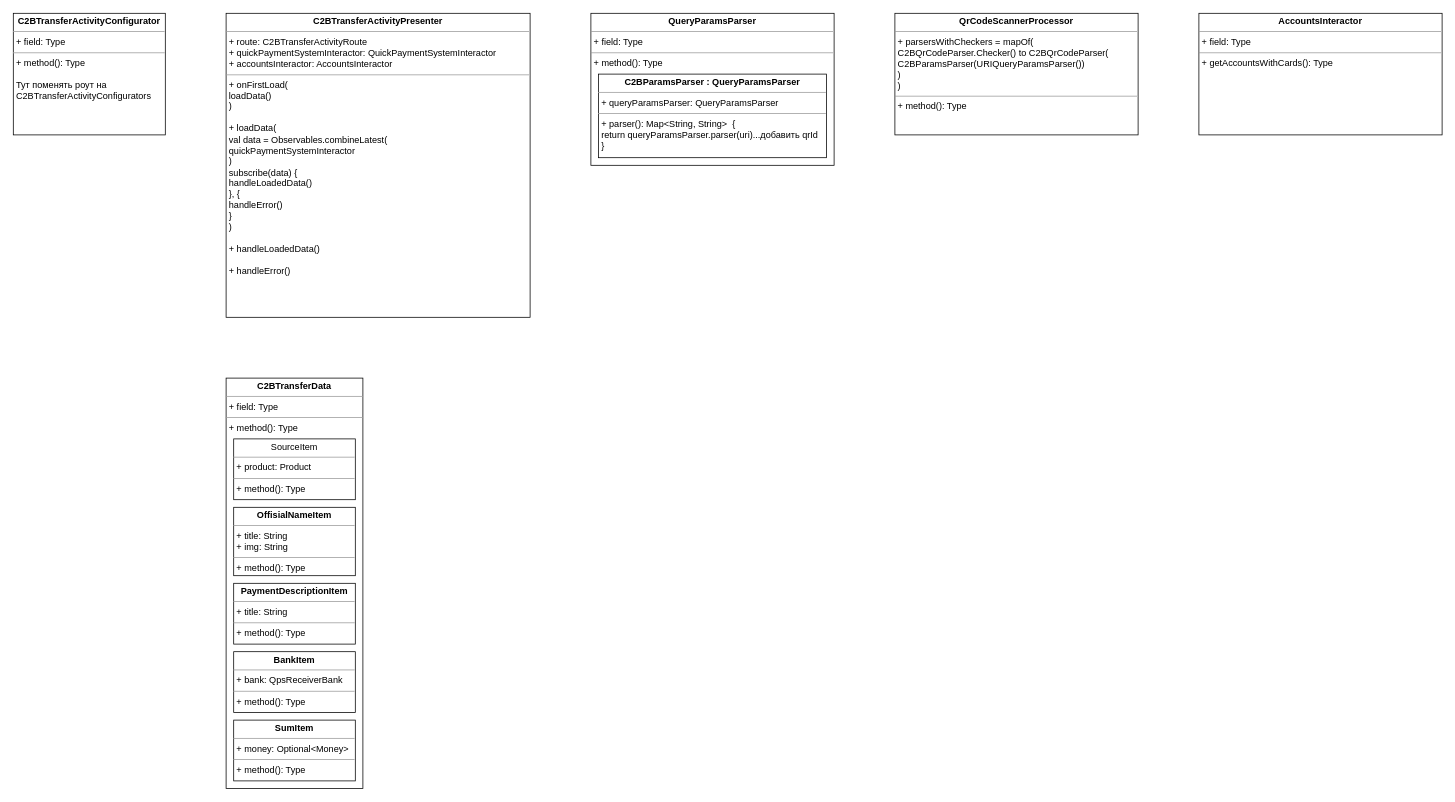
Before: UNI-14927.drawio in ShiryaevNikolay/diagrams, a draw.io diagram. Source tidied: cells renumbered, new cells numbered last; positions are measured from the earlier drawing's top-left corner, leaving out a move shared by most shapes. Both pictures are drawn from the tidied source at 76%, with x=0, y=0 at pixel (13, 13).
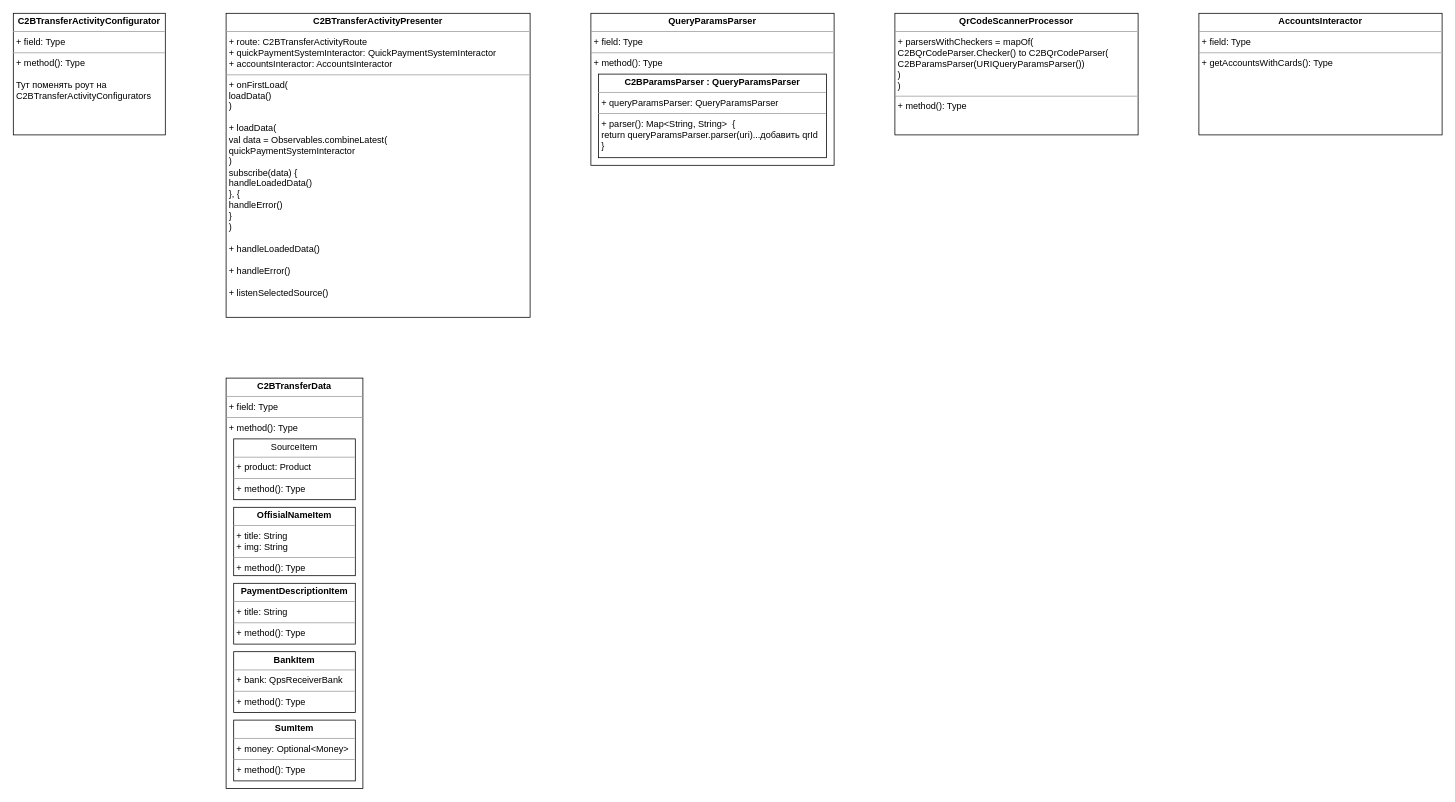
After the change.

Diff of the diagram source:
```diff
@@
 <mxGraphModel>
   <root>
     <mxCell id="0" />
     <mxCell id="1" parent="0" />
-    <mxCell id="2" value="&lt;p style=&quot;margin: 0px ; margin-top: 4px ; text-align: center&quot;&gt;&lt;b&gt;C2BTransferActivityPresenter&lt;/b&gt;&lt;/p&gt;&lt;hr size=&quot;1&quot;&gt;&lt;p style=&quot;margin: 0px ; margin-left: 4px&quot;&gt;+ route: C2BTransferActivityRoute&lt;/p&gt;&lt;p style=&quot;margin: 0px ; margin-left: 4px&quot;&gt;+ quickPaymentSystemInteractor: QuickPaymentSystemInteractor&lt;/p&gt;&lt;p style=&quot;margin: 0px ; margin-left: 4px&quot;&gt;+ accountsInteractor: AccountsInteractor&lt;br&gt;&lt;/p&gt;&lt;hr size=&quot;1&quot;&gt;&lt;p style=&quot;margin: 0px ; margin-left: 4px&quot;&gt;+ onFirstLoad(&lt;/p&gt;&lt;p style=&quot;margin: 0px ; margin-left: 4px&quot;&gt;loadData()&lt;br&gt;&lt;/p&gt;&lt;p style=&quot;margin: 0px ; margin-left: 4px&quot;&gt;)&lt;/p&gt;&lt;p style=&quot;margin: 0px ; margin-left: 4px&quot;&gt;&lt;br&gt;&lt;/p&gt;&lt;p style=&quot;margin: 0px ; margin-left: 4px&quot;&gt;+ loadData(&lt;/p&gt;&lt;p style=&quot;margin: 0px ; margin-left: 4px&quot;&gt;val data = Observables.combineLatest(&lt;/p&gt;&lt;p style=&quot;margin: 0px ; margin-left: 4px&quot;&gt;quickPaymentSystemInteractor&lt;br&gt;&lt;/p&gt;&lt;p style=&quot;margin: 0px ; margin-left: 4px&quot;&gt;)&lt;br&gt;&lt;/p&gt;&lt;p style=&quot;margin: 0px ; margin-left: 4px&quot;&gt;subscribe(data) {&lt;/p&gt;&lt;p style=&quot;margin: 0px ; margin-left: 4px&quot;&gt;&lt;span&gt; &lt;/span&gt;handleLoadedData()&lt;br&gt;&lt;/p&gt;&lt;p style=&quot;margin: 0px ; margin-left: 4px&quot;&gt;}, {&lt;/p&gt;&lt;p style=&quot;margin: 0px ; margin-left: 4px&quot;&gt;handleError()&lt;br&gt;&lt;/p&gt;&lt;p style=&quot;margin: 0px ; margin-left: 4px&quot;&gt;}&lt;br&gt;&lt;/p&gt;&lt;p style=&quot;margin: 0px ; margin-left: 4px&quot;&gt;)&lt;/p&gt;&lt;p style=&quot;margin: 0px ; margin-left: 4px&quot;&gt;&lt;br&gt;&lt;/p&gt;&lt;p style=&quot;margin: 0px ; margin-left: 4px&quot;&gt;+ handleLoadedData()&lt;/p&gt;&lt;p style=&quot;margin: 0px ; margin-left: 4px&quot;&gt;&lt;br&gt;&lt;/p&gt;&lt;p style=&quot;margin: 0px ; margin-left: 4px&quot;&gt;+ handleError()&lt;br&gt;&lt;/p&gt;" style="verticalAlign=top;align=left;overflow=fill;fontSize=12;fontFamily=Helvetica;html=1;" parent="1" vertex="1">
+    <mxCell id="2" value="&lt;p style=&quot;margin: 0px ; margin-top: 4px ; text-align: center&quot;&gt;&lt;b&gt;C2BTransferActivityPresenter&lt;/b&gt;&lt;/p&gt;&lt;hr size=&quot;1&quot;&gt;&lt;p style=&quot;margin: 0px ; margin-left: 4px&quot;&gt;+ route: C2BTransferActivityRoute&lt;/p&gt;&lt;p style=&quot;margin: 0px ; margin-left: 4px&quot;&gt;+ quickPaymentSystemInteractor: QuickPaymentSystemInteractor&lt;/p&gt;&lt;p style=&quot;margin: 0px ; margin-left: 4px&quot;&gt;+ accountsInteractor: AccountsInteractor&lt;br&gt;&lt;/p&gt;&lt;hr size=&quot;1&quot;&gt;&lt;p style=&quot;margin: 0px ; margin-left: 4px&quot;&gt;+ onFirstLoad(&lt;/p&gt;&lt;p style=&quot;margin: 0px ; margin-left: 4px&quot;&gt;loadData()&lt;br&gt;&lt;/p&gt;&lt;p style=&quot;margin: 0px ; margin-left: 4px&quot;&gt;)&lt;/p&gt;&lt;p style=&quot;margin: 0px ; margin-left: 4px&quot;&gt;&lt;br&gt;&lt;/p&gt;&lt;p style=&quot;margin: 0px ; margin-left: 4px&quot;&gt;+ loadData(&lt;/p&gt;&lt;p style=&quot;margin: 0px ; margin-left: 4px&quot;&gt;val data = Observables.combineLatest(&lt;/p&gt;&lt;p style=&quot;margin: 0px ; margin-left: 4px&quot;&gt;quickPaymentSystemInteractor&lt;br&gt;&lt;/p&gt;&lt;p style=&quot;margin: 0px ; margin-left: 4px&quot;&gt;)&lt;br&gt;&lt;/p&gt;&lt;p style=&quot;margin: 0px ; margin-left: 4px&quot;&gt;subscribe(data) {&lt;/p&gt;&lt;p style=&quot;margin: 0px ; margin-left: 4px&quot;&gt;&lt;span&gt; &lt;/span&gt;handleLoadedData()&lt;br&gt;&lt;/p&gt;&lt;p style=&quot;margin: 0px ; margin-left: 4px&quot;&gt;}, {&lt;/p&gt;&lt;p style=&quot;margin: 0px ; margin-left: 4px&quot;&gt;handleError()&lt;br&gt;&lt;/p&gt;&lt;p style=&quot;margin: 0px ; margin-left: 4px&quot;&gt;}&lt;br&gt;&lt;/p&gt;&lt;p style=&quot;margin: 0px ; margin-left: 4px&quot;&gt;)&lt;/p&gt;&lt;p style=&quot;margin: 0px ; margin-left: 4px&quot;&gt;&lt;br&gt;&lt;/p&gt;&lt;p style=&quot;margin: 0px ; margin-left: 4px&quot;&gt;+ handleLoadedData()&lt;/p&gt;&lt;p style=&quot;margin: 0px ; margin-left: 4px&quot;&gt;&lt;br&gt;&lt;/p&gt;&lt;p style=&quot;margin: 0px ; margin-left: 4px&quot;&gt;+ handleError()&lt;/p&gt;&lt;p style=&quot;margin: 0px ; margin-left: 4px&quot;&gt;&lt;br&gt;&lt;/p&gt;&lt;p style=&quot;margin: 0px ; margin-left: 4px&quot;&gt;+ listenSelectedSource()&lt;br&gt;&lt;/p&gt;" style="verticalAlign=top;align=left;overflow=fill;fontSize=12;fontFamily=Helvetica;html=1;" parent="1" vertex="1">
       <mxGeometry x="280" width="400" height="400" as="geometry" />
     </mxCell>
     <mxCell id="3" value="&lt;p style=&quot;margin: 0px ; margin-top: 4px ; text-align: center&quot;&gt;&lt;b&gt;QueryParamsParser&lt;/b&gt;&lt;/p&gt;&lt;hr size=&quot;1&quot;&gt;&lt;p style=&quot;margin: 0px ; margin-left: 4px&quot;&gt;+ field: Type&lt;/p&gt;&lt;hr size=&quot;1&quot;&gt;&lt;p style=&quot;margin: 0px ; margin-left: 4px&quot;&gt;+ method(): Type&lt;/p&gt;" style="verticalAlign=top;align=left;overflow=fill;fontSize=12;fontFamily=Helvetica;html=1;" parent="1" vertex="1">
       <mxGeometry x="760" width="320" height="200" as="geometry" />
     </mxCell>
     <mxCell id="4" value="&lt;p style=&quot;margin: 0px ; margin-top: 4px ; text-align: center&quot;&gt;&lt;b&gt;C2BParamsParser : QueryParamsParser&lt;br&gt;&lt;/b&gt;&lt;/p&gt;&lt;hr size=&quot;1&quot;&gt;&lt;p style=&quot;margin: 0px ; margin-left: 4px&quot;&gt;+ queryParamsParser: QueryParamsParser&lt;/p&gt;&lt;hr size=&quot;1&quot;&gt;&lt;p style=&quot;margin: 0px ; margin-left: 4px&quot;&gt;+ parser(): Map&amp;lt;String, String&amp;gt;&amp;nbsp; {&lt;/p&gt;&lt;p style=&quot;margin: 0px ; margin-left: 4px&quot;&gt;&lt;span&gt; &lt;/span&gt;return queryParamsParser.parser(uri)...добавить qrId&lt;br&gt;&lt;/p&gt;&lt;p style=&quot;margin: 0px ; margin-left: 4px&quot;&gt;}&lt;br&gt;&lt;/p&gt;" style="verticalAlign=top;align=left;overflow=fill;fontSize=12;fontFamily=Helvetica;html=1;" parent="1" vertex="1">
       <mxGeometry x="770" y="80" width="300" height="110" as="geometry" />
     </mxCell>
     <mxCell id="5" value="&lt;p style=&quot;margin: 0px ; margin-top: 4px ; text-align: center&quot;&gt;&lt;b&gt;QrCodeScannerProcessor&lt;/b&gt;&lt;/p&gt;&lt;hr size=&quot;1&quot;&gt;&lt;p style=&quot;margin: 0px ; margin-left: 4px&quot;&gt;+ parsersWithCheckers = mapOf(&lt;/p&gt;&lt;p style=&quot;margin: 0px ; margin-left: 4px&quot;&gt;C2BQrCodeParser.Checker() to C2BQrCodeParser(&lt;/p&gt;&lt;p style=&quot;margin: 0px ; margin-left: 4px&quot;&gt;C2BParamsParser(URIQueryParamsParser())&lt;br&gt;&lt;/p&gt;&lt;p style=&quot;margin: 0px ; margin-left: 4px&quot;&gt;)&lt;br&gt;&lt;/p&gt;&lt;p style=&quot;margin: 0px ; margin-left: 4px&quot;&gt;)&lt;br&gt;&lt;/p&gt;&lt;hr size=&quot;1&quot;&gt;&lt;p style=&quot;margin: 0px ; margin-left: 4px&quot;&gt;+ method(): Type&lt;/p&gt;" style="verticalAlign=top;align=left;overflow=fill;fontSize=12;fontFamily=Helvetica;html=1;" parent="1" vertex="1">
       <mxGeometry x="1160" width="320" height="160" as="geometry" />
     </mxCell>
     <mxCell id="6" value="&lt;p style=&quot;margin: 0px ; margin-top: 4px ; text-align: center&quot;&gt;&lt;b&gt;C2BTransferActivityConfigurator&lt;/b&gt;&lt;/p&gt;&lt;hr size=&quot;1&quot;&gt;&lt;p style=&quot;margin: 0px ; margin-left: 4px&quot;&gt;+ field: Type&lt;/p&gt;&lt;hr size=&quot;1&quot;&gt;&lt;p style=&quot;margin: 0px ; margin-left: 4px&quot;&gt;+ method(): Type&lt;/p&gt;&lt;p style=&quot;margin: 0px ; margin-left: 4px&quot;&gt;&lt;br&gt;&lt;/p&gt;&lt;p style=&quot;margin: 0px ; margin-left: 4px&quot;&gt;Тут поменять роут на &lt;br&gt;&lt;/p&gt;&lt;p style=&quot;margin: 0px ; margin-left: 4px&quot;&gt;C2BTransferActivityConfigurators&lt;br&gt;&lt;/p&gt;" style="verticalAlign=top;align=left;overflow=fill;fontSize=12;fontFamily=Helvetica;html=1;" parent="1" vertex="1">
       <mxGeometry width="200" height="160" as="geometry" />
     </mxCell>
     <mxCell id="7" value="&lt;p style=&quot;margin: 0px ; margin-top: 4px ; text-align: center&quot;&gt;&lt;b&gt;AccountsInteractor&lt;/b&gt;&lt;/p&gt;&lt;hr size=&quot;1&quot;&gt;&lt;p style=&quot;margin: 0px ; margin-left: 4px&quot;&gt;+ field: Type&lt;/p&gt;&lt;hr size=&quot;1&quot;&gt;&lt;p style=&quot;margin: 0px ; margin-left: 4px&quot;&gt;+ getAccountsWithCards(): Type&lt;/p&gt;" style="verticalAlign=top;align=left;overflow=fill;fontSize=12;fontFamily=Helvetica;html=1;" parent="1" vertex="1">
       <mxGeometry x="1560" width="320" height="160" as="geometry" />
     </mxCell>
     <mxCell id="8" value="&lt;p style=&quot;margin: 0px ; margin-top: 4px ; text-align: center&quot;&gt;&lt;b&gt;C2BTransferData&lt;/b&gt;&lt;/p&gt;&lt;hr size=&quot;1&quot;&gt;&lt;p style=&quot;margin: 0px ; margin-left: 4px&quot;&gt;+ field: Type&lt;/p&gt;&lt;hr size=&quot;1&quot;&gt;&lt;p style=&quot;margin: 0px ; margin-left: 4px&quot;&gt;+ method(): Type&lt;/p&gt;" style="verticalAlign=top;align=left;overflow=fill;fontSize=12;fontFamily=Helvetica;html=1;" parent="1" vertex="1">
       <mxGeometry x="280" y="480" width="180" height="540" as="geometry" />
     </mxCell>
     <mxCell id="9" value="&lt;p style=&quot;margin: 0px ; margin-top: 4px ; text-align: center&quot;&gt;&lt;b&gt;BankItem&lt;/b&gt;&lt;/p&gt;&lt;hr size=&quot;1&quot;&gt;&lt;p style=&quot;margin: 0px ; margin-left: 4px&quot;&gt;+ bank: QpsReceiverBank&lt;/p&gt;&lt;hr size=&quot;1&quot;&gt;&lt;p style=&quot;margin: 0px ; margin-left: 4px&quot;&gt;+ method(): Type&lt;/p&gt;" style="verticalAlign=top;align=left;overflow=fill;fontSize=12;fontFamily=Helvetica;html=1;" parent="1" vertex="1">
       <mxGeometry x="290" y="840" width="160" height="80" as="geometry" />
     </mxCell>
     <mxCell id="10" value="&lt;p style=&quot;margin: 0px ; margin-top: 4px ; text-align: center&quot;&gt;&lt;b&gt;OffisialNameItem&lt;/b&gt;&lt;/p&gt;&lt;hr size=&quot;1&quot;&gt;&lt;p style=&quot;margin: 0px ; margin-left: 4px&quot;&gt;+ title: String&lt;/p&gt;&lt;p style=&quot;margin: 0px ; margin-left: 4px&quot;&gt;+ img: String&lt;br&gt;&lt;/p&gt;&lt;hr size=&quot;1&quot;&gt;&lt;p style=&quot;margin: 0px ; margin-left: 4px&quot;&gt;+ method(): Type&lt;/p&gt;" style="verticalAlign=top;align=left;overflow=fill;fontSize=12;fontFamily=Helvetica;html=1;" parent="1" vertex="1">
       <mxGeometry x="290" y="650" width="160" height="90" as="geometry" />
     </mxCell>
     <mxCell id="11" value="&lt;p style=&quot;margin: 0px ; margin-top: 4px ; text-align: center&quot;&gt;&lt;b&gt;PaymentDescriptionItem&lt;/b&gt;&lt;/p&gt;&lt;hr size=&quot;1&quot;&gt;&lt;p style=&quot;margin: 0px ; margin-left: 4px&quot;&gt;+ title: String&lt;/p&gt;&lt;hr size=&quot;1&quot;&gt;&lt;p style=&quot;margin: 0px ; margin-left: 4px&quot;&gt;+ method(): Type&lt;/p&gt;" style="verticalAlign=top;align=left;overflow=fill;fontSize=12;fontFamily=Helvetica;html=1;" parent="1" vertex="1">
       <mxGeometry x="290" y="750" width="160" height="80" as="geometry" />
     </mxCell>
     <mxCell id="12" value="&lt;p style=&quot;margin: 0px ; margin-top: 4px ; text-align: center&quot;&gt;SourceItem&lt;/p&gt;&lt;hr size=&quot;1&quot;&gt;&lt;p style=&quot;margin: 0px ; margin-left: 4px&quot;&gt;+ product: Product&lt;/p&gt;&lt;hr size=&quot;1&quot;&gt;&lt;p style=&quot;margin: 0px ; margin-left: 4px&quot;&gt;+ method(): Type&lt;/p&gt;" style="verticalAlign=top;align=left;overflow=fill;fontSize=12;fontFamily=Helvetica;html=1;" parent="1" vertex="1">
       <mxGeometry x="290" y="560" width="160" height="80" as="geometry" />
     </mxCell>
     <mxCell id="13" value="&lt;p style=&quot;margin: 0px ; margin-top: 4px ; text-align: center&quot;&gt;&lt;b&gt;SumItem&lt;/b&gt;&lt;/p&gt;&lt;hr size=&quot;1&quot;&gt;&lt;p style=&quot;margin: 0px ; margin-left: 4px&quot;&gt;+ money: Optional&amp;lt;Money&amp;gt;&lt;/p&gt;&lt;hr size=&quot;1&quot;&gt;&lt;p style=&quot;margin: 0px ; margin-left: 4px&quot;&gt;+ method(): Type&lt;/p&gt;" style="verticalAlign=top;align=left;overflow=fill;fontSize=12;fontFamily=Helvetica;html=1;" parent="1" vertex="1">
       <mxGeometry x="290" y="930" width="160" height="80" as="geometry" />
     </mxCell>
   </root>
 </mxGraphModel>
```
